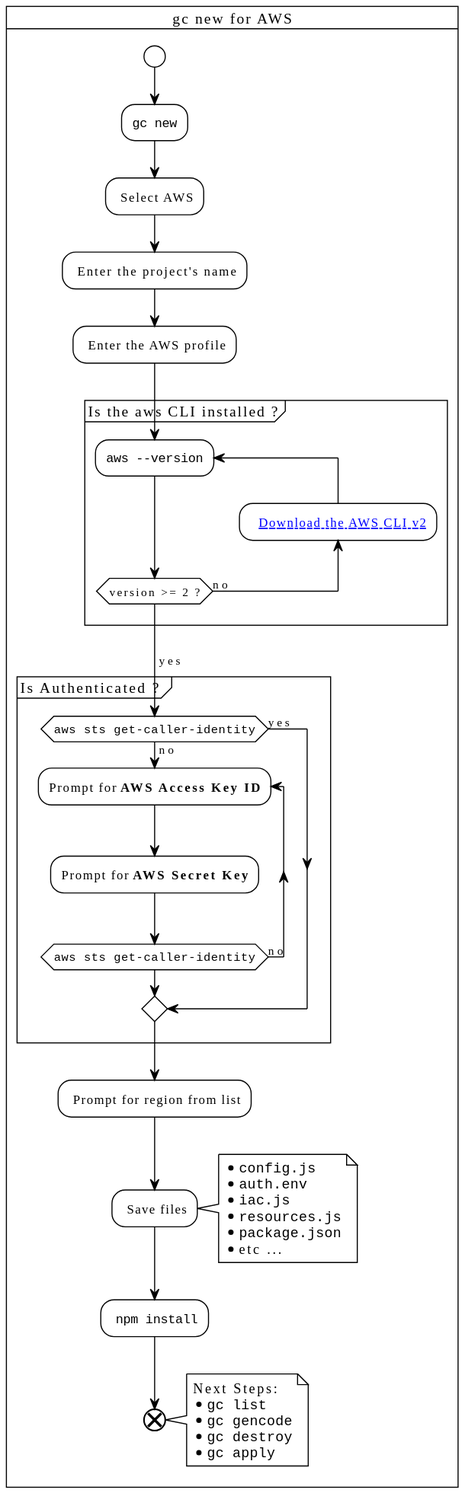
Above: docusaurus/plantuml/gc-new-aws.svg in grucloud/grucloud (PlantUML), before the change.
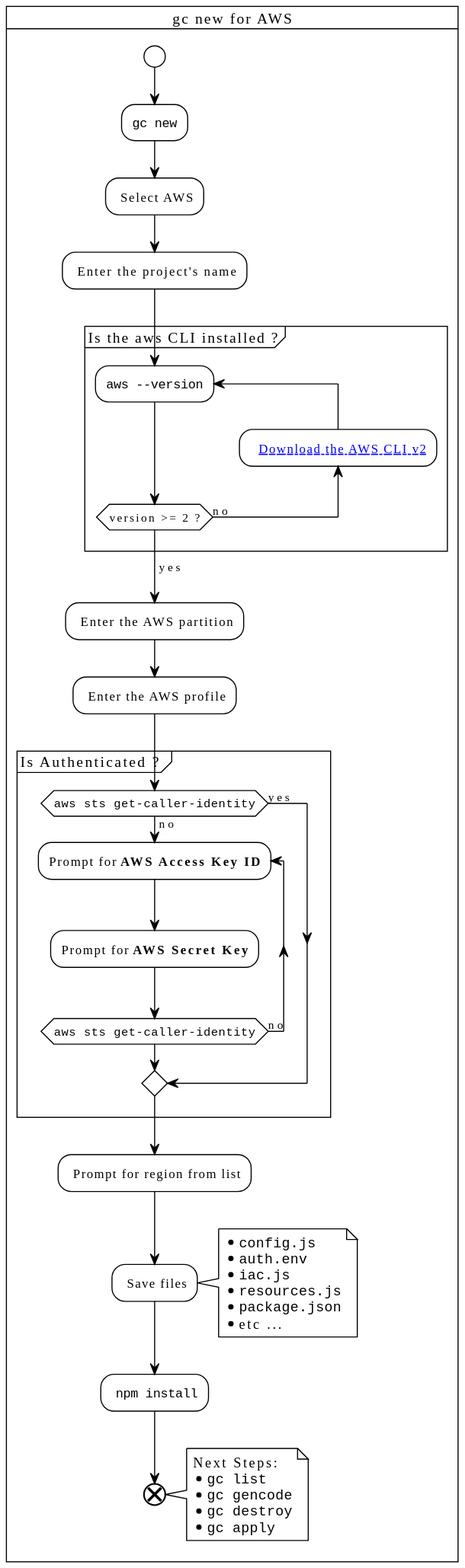
The same file after the commit.

Commit message:
gc new prompts for partition

What changed in the source:
```diff
@@ -9,7 +9,6 @@
 :""gc new"";
 : Select AWS;
 : Enter the project's name;
-: Enter the AWS profile;
 
 
 partition "Is the aws CLI installed ?" {
@@ -18,6 +17,9 @@
 repeat while (version >= 2 ?) is (no)
 ->yes;
 }
+
+: Enter the AWS partition;
+: Enter the AWS profile;
 
 partition "Is Authenticated ? " {
 
```
